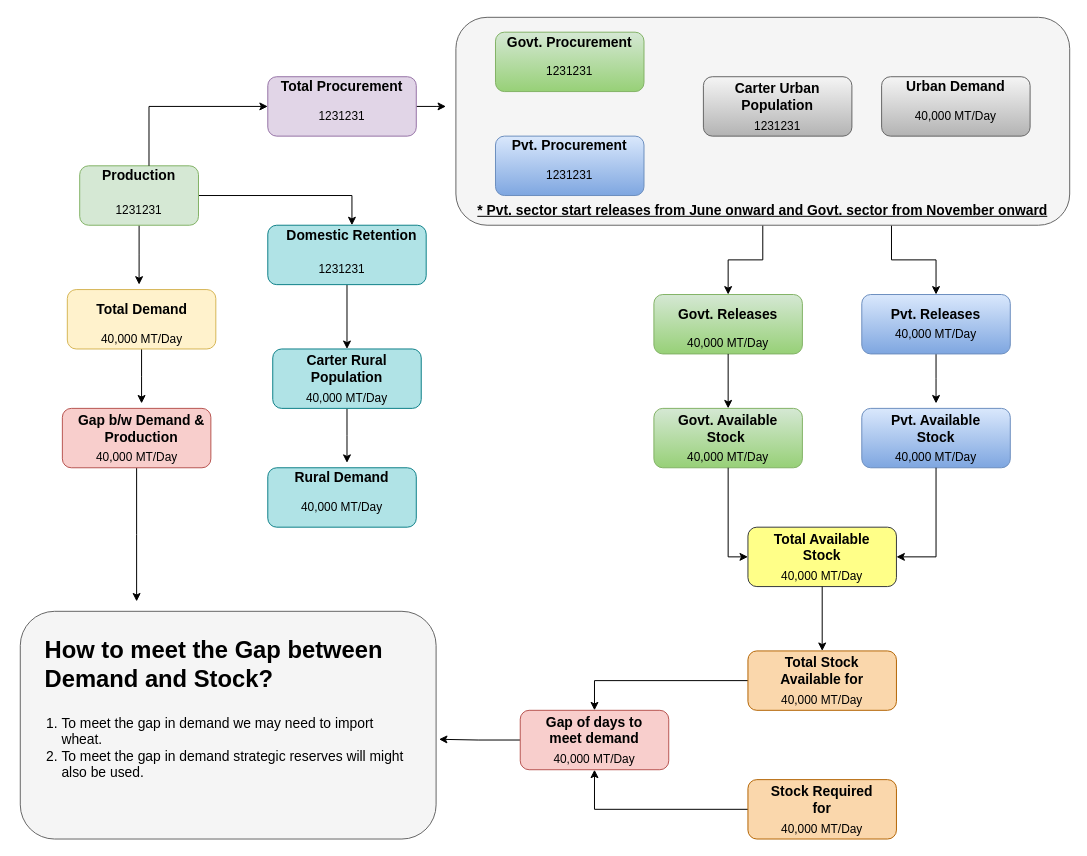
The draw.io diagram Untitled Diagram.drawio in MNFSR/drawio, before the edit. Source tidied: cells renumbered, new cells numbered last; positions are measured from the earlier drawing's top-left corner, leaving out a move shared by most shapes. Both pictures are drawn from the tidied source at 99%, with x=0, y=0 at pixel (20, 17).
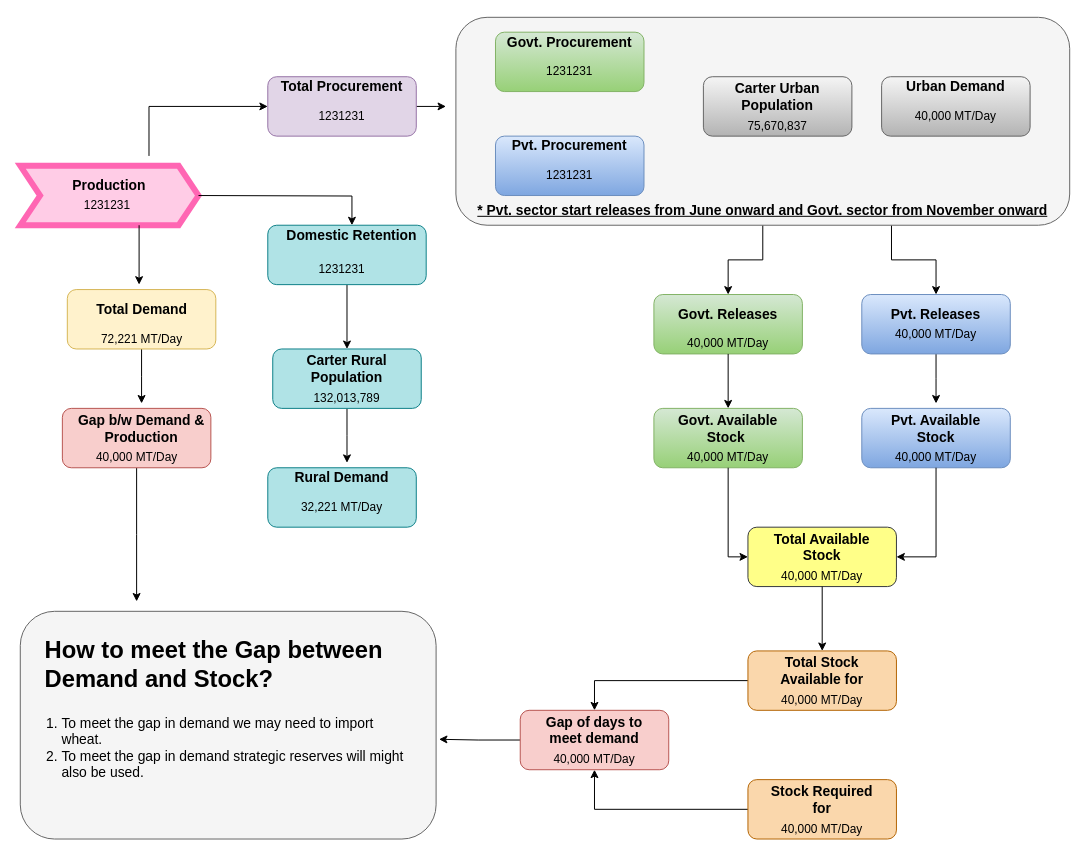
After the change.

The change refers to these unchanged cells:
```xml
<mxCell id="12" style="rounded=1;whiteSpace=wrap;html=1;fillColor=#e1d5e7;strokeColor=#9673a6;" parent="1" vertex="1">
  <mxGeometry x="250" y="60" width="150" height="60" as="geometry" />
</mxCell>
<mxCell id="17" value="&lt;font style=&quot;font-size: 14px&quot;&gt;&lt;b&gt;Domestic Retention&lt;/b&gt;&lt;/font&gt;" style="text;html=1;strokeColor=none;fillColor=none;align=center;verticalAlign=middle;whiteSpace=wrap;rounded=0;" parent="1" vertex="1">
  <mxGeometry x="265" y="210" width="140" height="20" as="geometry" />
</mxCell>
```

Change to the diagram source:
```diff
@@
+    <mxCell id="82" style="shape=step;perimeter=stepPerimeter;whiteSpace=wrap;html=1;fixedSize=1;strokeColor=#FF66B3;strokeWidth=6;fillColor=#FFCCE6;" parent="1" vertex="1">
+      <mxGeometry y="150" width="180" height="60" as="geometry" />
+    </mxCell>
@@
-    <mxCell id="5" style="edgeStyle=orthogonalEdgeStyle;rounded=0;jettySize=auto;html=1;" parent="1" edge="1" source="7">
+    <mxCell id="5" style="edgeStyle=orthogonalEdgeStyle;rounded=0;orthogonalLoop=1;jettySize=auto;html=1;" parent="1" edge="1">
       <mxGeometry relative="1" as="geometry">
+        <mxPoint x="120" y="210" as="sourcePoint" />
         <mxPoint x="120" y="270" as="targetPoint" />
       </mxGeometry>
     </mxCell>
-    <mxCell id="6" style="edgeStyle=orthogonalEdgeStyle;rounded=0;jettySize=auto;html=1;entryX=0.5;entryY=0;entryDx=0;entryDy=0;" parent="1" edge="1" source="7" target="17">
-      <mxGeometry relative="1" as="geometry" />
+    <mxCell id="6" style="edgeStyle=orthogonalEdgeStyle;rounded=0;jettySize=auto;html=1;entryX=0.5;entryY=0;entryDx=0;entryDy=0;" parent="1" edge="1" target="17">
+      <mxGeometry relative="1" as="geometry">
+        <mxPoint x="180" y="180" as="sourcePoint" />
+      </mxGeometry>
     </mxCell>
-    <mxCell id="7" style="rounded=1;whiteSpace=wrap;html=1;fillColor=#d5e8d4;strokeColor=#82b366;" parent="1" vertex="1">
-      <mxGeometry x="60" y="150" width="120" height="60" as="geometry" />
-    </mxCell>
-    <mxCell id="8" style="edgeStyle=orthogonalEdgeStyle;rounded=0;jettySize=auto;html=1;entryX=0;entryY=0.5;entryDx=0;entryDy=0;" parent="1" edge="1" source="9" target="12">
+    <mxCell id="8" style="edgeStyle=orthogonalEdgeStyle;rounded=0;jettySize=auto;html=1;entryX=0;entryY=0.5;entryDx=0;entryDy=0;" parent="1" edge="1" target="12">
       <mxGeometry relative="1" as="geometry">
+        <mxPoint x="130" y="140" as="sourcePoint" />
         <Array as="points">
           <mxPoint x="130" y="90" />
         </Array>
       </mxGeometry>
     </mxCell>
     <mxCell id="9" value="&lt;font style=&quot;font-size: 14px&quot;&gt;&lt;b&gt;Production&lt;/b&gt;&lt;/font&gt;" style="text;html=1;strokeColor=none;fillColor=none;align=center;verticalAlign=middle;whiteSpace=wrap;rounded=0;" parent="1" vertex="1">
-      <mxGeometry x="60" y="150" width="120" height="20" as="geometry" />
+      <mxGeometry x="30" y="160" width="120" height="20" as="geometry" />
     </mxCell>
     <mxCell id="10" value="1231231" style="text;html=1;strokeColor=none;fillColor=none;align=center;verticalAlign=middle;whiteSpace=wrap;rounded=0;" parent="1" vertex="1">
-      <mxGeometry x="100" y="190" width="40" height="10" as="geometry" />
+      <mxGeometry x="67.5" y="185" width="40" height="10" as="geometry" />
     </mxCell>
@@
-    <mxCell id="27" value="1231231" style="text;html=1;strokeColor=none;fillColor=none;align=center;verticalAlign=middle;whiteSpace=wrap;rounded=0;" parent="1" vertex="1">
+    <mxCell id="27" value="75,670,837" style="text;html=1;strokeColor=none;fillColor=none;align=center;verticalAlign=middle;whiteSpace=wrap;rounded=0;" parent="1" vertex="1">
       <mxGeometry x="745" y="100" width="40" height="20" as="geometry" />
     </mxCell>
@@
-    <mxCell id="33" value="40,000 MT/Day" style="text;html=1;strokeColor=none;fillColor=none;align=center;verticalAlign=middle;whiteSpace=wrap;rounded=0;" parent="1" vertex="1">
+    <mxCell id="33" value="32,221 MT/Day" style="text;html=1;strokeColor=none;fillColor=none;align=center;verticalAlign=middle;whiteSpace=wrap;rounded=0;" parent="1" vertex="1">
       <mxGeometry x="270" y="485" width="110" height="20" as="geometry" />
     </mxCell>
@@
-    <mxCell id="37" value="40,000 MT/Day" style="text;html=1;strokeColor=none;fillColor=none;align=center;verticalAlign=middle;whiteSpace=wrap;rounded=0;" parent="1" vertex="1">
+    <mxCell id="37" value="132,013,789" style="text;html=1;strokeColor=none;fillColor=none;align=center;verticalAlign=middle;whiteSpace=wrap;rounded=0;" parent="1" vertex="1">
       <mxGeometry x="275" y="375" width="110" height="20" as="geometry" />
     </mxCell>
@@
-    <mxCell id="66" value="40,000 MT/Day" style="text;html=1;strokeColor=none;fillColor=none;align=center;verticalAlign=middle;whiteSpace=wrap;rounded=0;" parent="1" vertex="1">
+    <mxCell id="66" value="72,221 MT/Day" style="text;html=1;strokeColor=none;fillColor=none;align=center;verticalAlign=middle;whiteSpace=wrap;rounded=0;" parent="1" vertex="1">
       <mxGeometry x="67.5" y="315" width="110" height="20" as="geometry" />
     </mxCell>
```
